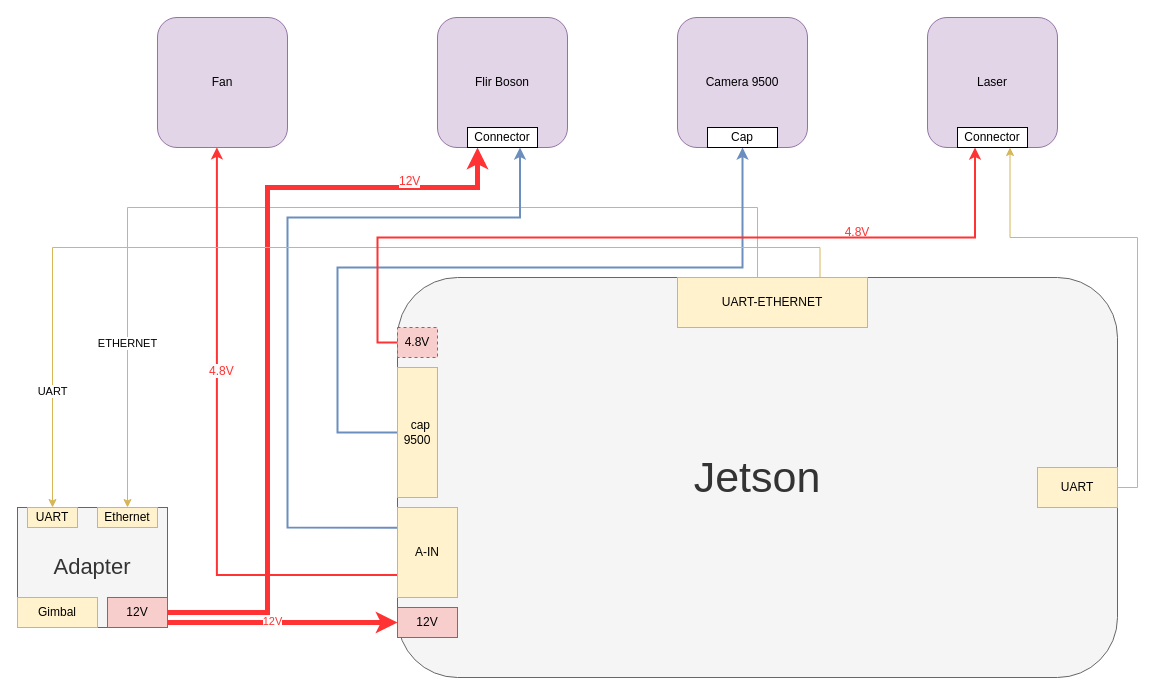
Above: Biểu đồ không có tiêu đề.drawio in quang-coder/quang (draw.io), before the change. Source tidied: cells renumbered, new cells numbered last; positions are measured from the earlier drawing's top-left corner, leaving out a move shared by most shapes. Both pictures are drawn from the tidied source at 100%, with x=0, y=0 at pixel (17, 17).
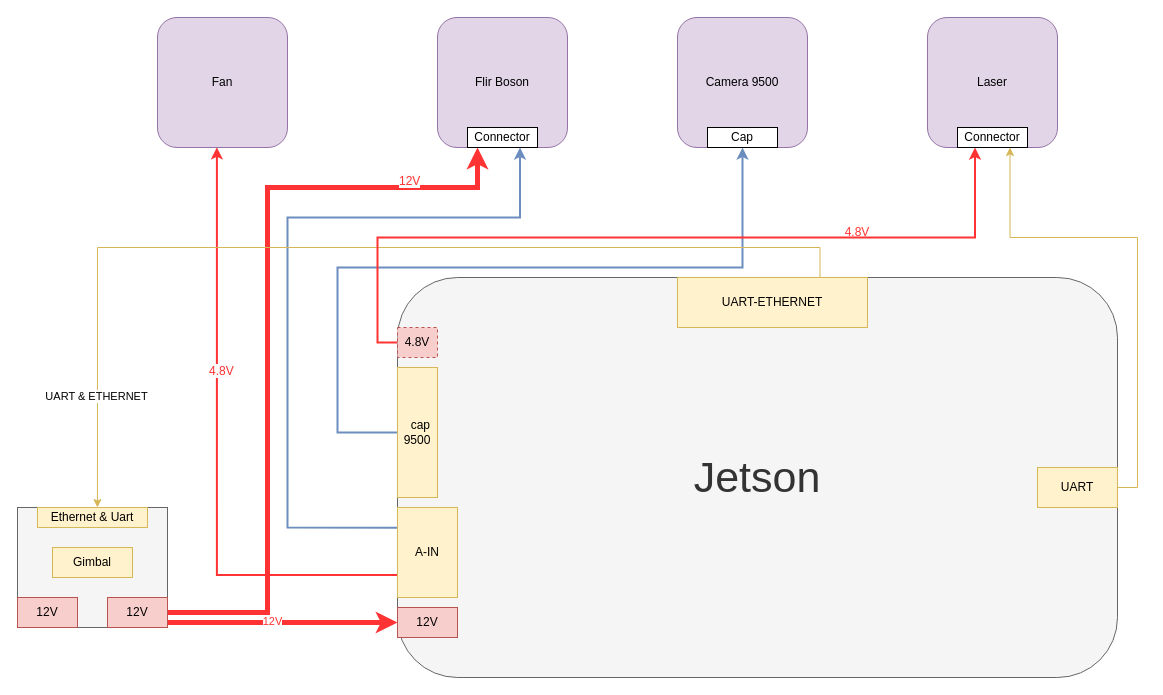
The same diagram, later.

Commit message:
Cập nhật Biểu đồ không có tiêu đề.drawio

Unchanged cells that the change refers to:
```xml
<mxCell id="4" value="&lt;font style=&quot;font-size: 43px;&quot;&gt;Jetson&lt;/font&gt;" style="rounded=1;whiteSpace=wrap;html=1;fillColor=#f5f5f5;fontColor=#333333;strokeColor=#666666;" parent="1" vertex="1">
  <mxGeometry x="380" y="260" width="720" height="400" as="geometry" />
</mxCell>
<mxCell id="18" value="UART-ETHERNET" style="rounded=0;whiteSpace=wrap;html=1;fillColor=#fff2cc;strokeColor=#d6b656;" parent="1" vertex="1">
  <mxGeometry x="660" y="260" width="190" height="50" as="geometry" />
</mxCell>
```

The edit, as a diff of the source:
```diff
@@
-    <mxCell id="2" style="edgeStyle=orthogonalEdgeStyle;rounded=0;jettySize=auto;html=1;entryX=0.5;entryY=0;entryDx=0;entryDy=0;fillColor=#fff2cc;strokeColor=#d6b656;" parent="1" edge="1" source="4" target="31">
-      <mxGeometry relative="1" as="geometry">
-        <Array as="points">
-          <mxPoint x="740" y="190" />
-          <mxPoint x="110" y="190" />
-        </Array>
-      </mxGeometry>
-    </mxCell>
-    <mxCell id="3" value="ETHERNET" style="edgeLabel;html=1;align=center;verticalAlign=middle;fontColor=#000000;" parent="2" vertex="1">
-      <mxGeometry x="0.67" y="-1" relative="1" as="geometry" />
-    </mxCell>
@@
-    <mxCell id="5" value="&lt;font style=&quot;font-size: 22px;&quot;&gt;Adapter&lt;/font&gt;" style="rounded=0;whiteSpace=wrap;html=1;fillColor=#f5f5f5;fontColor=#333333;strokeColor=#666666;" parent="1" vertex="1">
+    <mxCell id="5" style="rounded=0;whiteSpace=wrap;html=1;fillColor=#f5f5f5;fontColor=#333333;strokeColor=#666666;" parent="1" vertex="1">
       <mxGeometry y="490" width="150" height="120" as="geometry" />
     </mxCell>
@@
-    <mxCell id="16" style="edgeStyle=orthogonalEdgeStyle;rounded=0;jettySize=auto;html=1;exitX=0.75;exitY=0;exitDx=0;exitDy=0;entryX=0.5;entryY=0;entryDx=0;entryDy=0;fillColor=#fff2cc;strokeColor=#d6b656;" parent="1" edge="1" source="18" target="30">
+    <mxCell id="16" style="edgeStyle=orthogonalEdgeStyle;rounded=0;jettySize=auto;html=1;exitX=0.75;exitY=0;exitDx=0;exitDy=0;fillColor=#fff2cc;strokeColor=#d6b656;entryX=0.545;entryY=0;entryDx=0;entryDy=0;entryPerimeter=0;" parent="1" edge="1" source="18" target="31">
       <mxGeometry relative="1" as="geometry">
         <Array as="points">
-          <mxPoint x="802" y="230" />
-          <mxPoint x="35" y="230" />
+          <mxPoint x="803" y="230" />
+          <mxPoint x="80" y="230" />
         </Array>
       </mxGeometry>
     </mxCell>
-    <mxCell id="17" value="&lt;font color=&quot;#000000&quot;&gt;UART&lt;/font&gt;" style="edgeLabel;html=1;align=center;verticalAlign=middle;fontColor=#FF3333;" parent="16" vertex="1">
+    <mxCell id="17" value="&lt;font color=&quot;#000000&quot;&gt;UART &amp;amp; ETHERNET&lt;/font&gt;" style="edgeLabel;html=1;align=center;verticalAlign=middle;fontColor=#FF3333;" parent="16" vertex="1">
       <mxGeometry x="0.78" y="-1" relative="1" as="geometry" />
     </mxCell>
@@
     <mxCell id="29" value="Gimbal" style="rounded=0;whiteSpace=wrap;html=1;fillColor=#fff2cc;strokeColor=#d6b656;" parent="1" vertex="1">
-      <mxGeometry y="580" width="80" height="30" as="geometry" />
+      <mxGeometry x="35" y="530" width="80" height="30" as="geometry" />
     </mxCell>
-    <mxCell id="30" value="UART" style="rounded=0;whiteSpace=wrap;html=1;fillColor=#fff2cc;strokeColor=#d6b656;" parent="1" vertex="1">
-      <mxGeometry x="10" y="490" width="50" height="20" as="geometry" />
-    </mxCell>
-    <mxCell id="31" value="Ethernet" style="rounded=0;whiteSpace=wrap;html=1;fillColor=#fff2cc;strokeColor=#d6b656;" parent="1" vertex="1">
-      <mxGeometry x="80" y="490" width="60" height="20" as="geometry" />
+    <mxCell id="31" value="Ethernet &amp;amp; Uart" style="rounded=0;whiteSpace=wrap;html=1;fillColor=#fff2cc;strokeColor=#d6b656;" parent="1" vertex="1">
+      <mxGeometry x="20" y="490" width="110" height="20" as="geometry" />
     </mxCell>
@@
+    <mxCell id="36" value="12V" style="rounded=0;whiteSpace=wrap;html=1;fillColor=#f8cecc;strokeColor=#b85450;" parent="1" vertex="1">
+      <mxGeometry y="580" width="60" height="30" as="geometry" />
+    </mxCell>
```
